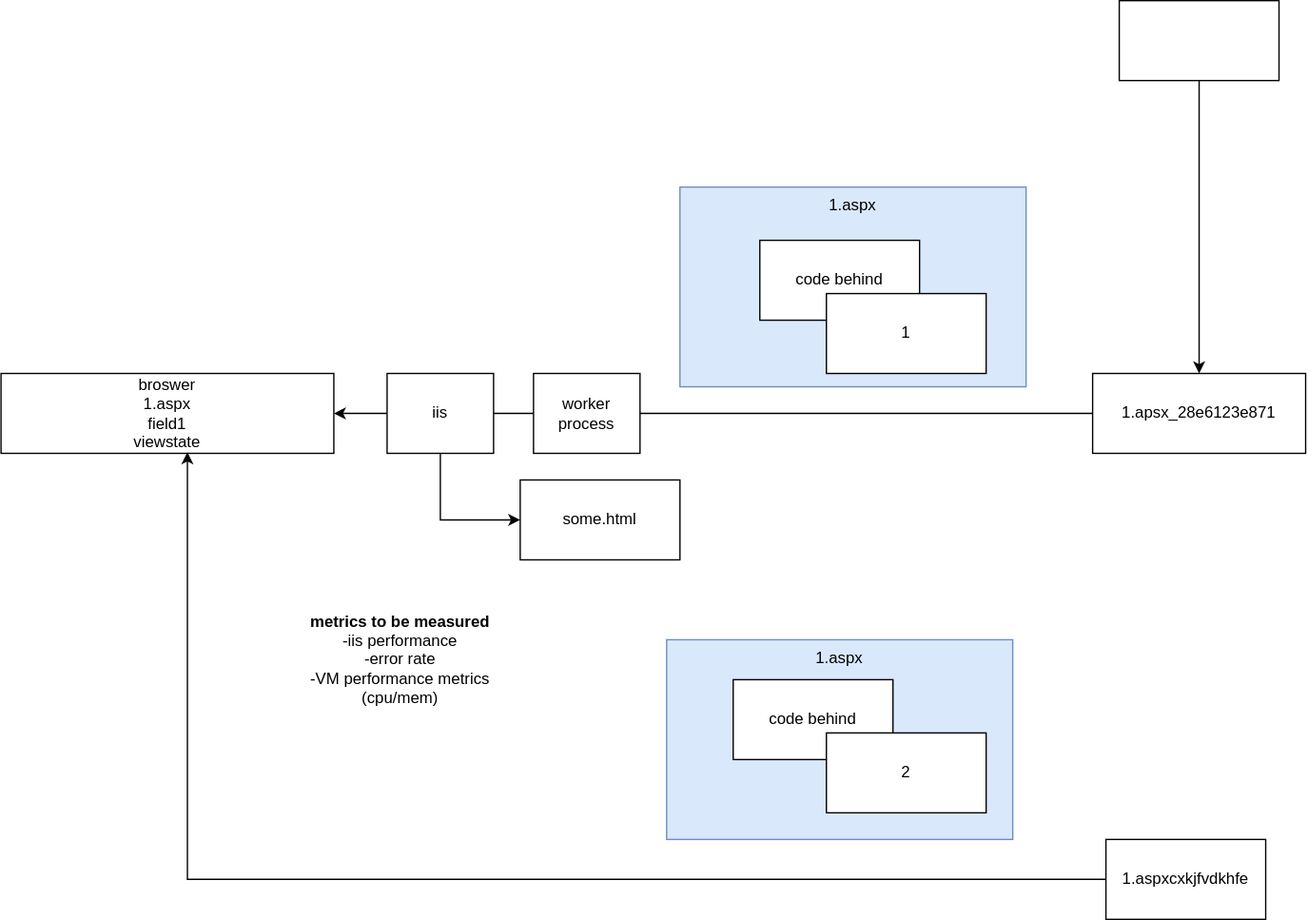
Earlier version of the draw.io export multithreadingredisissue.svg (vjavle/invoicecloud). Source tidied: cells renumbered, new cells last; positions are measured from the earlier drawing's top-left corner, leaving out a move shared by most shapes.
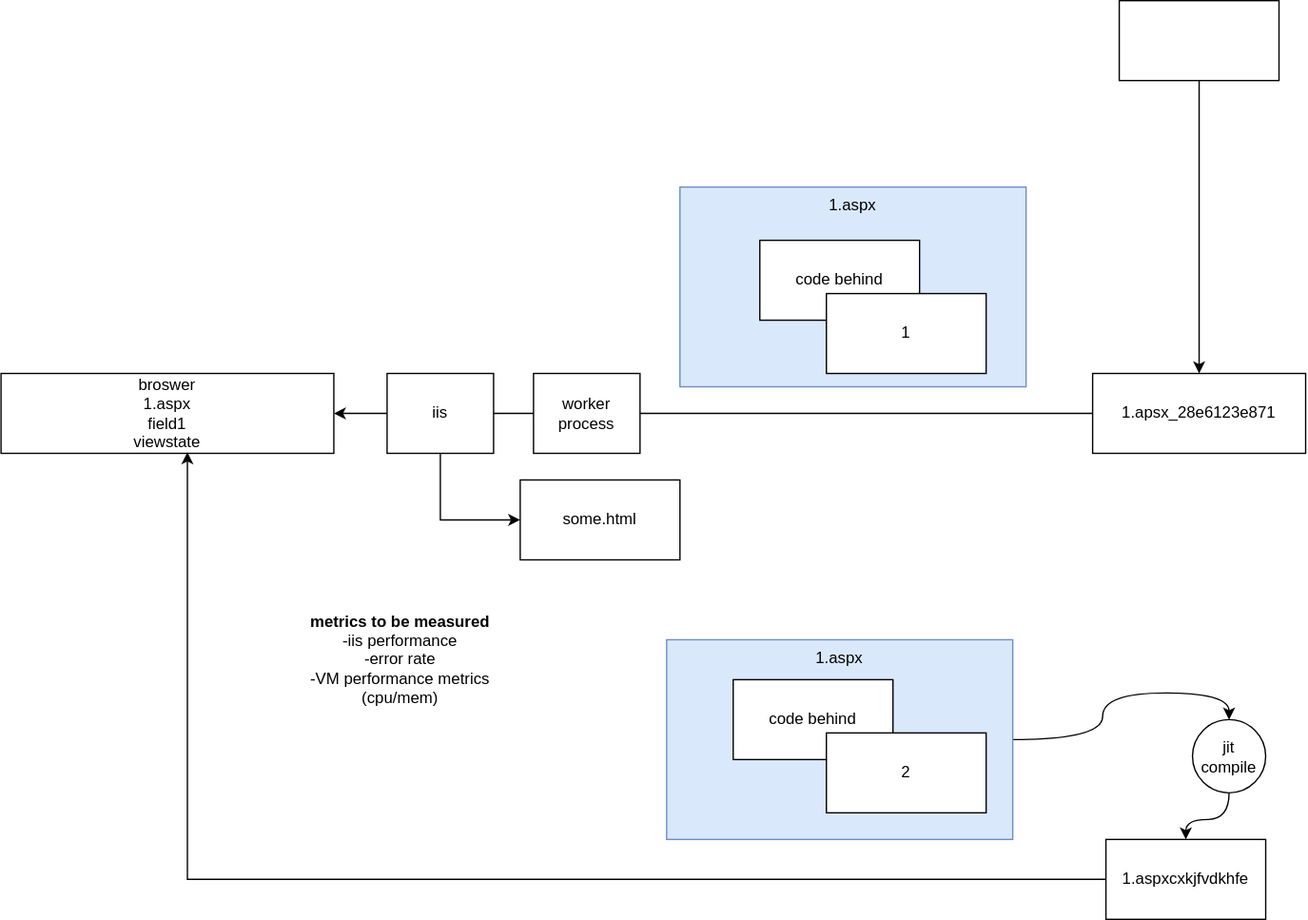
The same file after the commit.

Change to the diagram source:
```diff
@@ -19,6 +19,9 @@
     <mxCell id="6" value="broswer&lt;br&gt;1.aspx&lt;br&gt;field1&lt;br&gt;viewstate" style="rounded=0;whiteSpace=wrap;html=1;" parent="1" vertex="1">
       <mxGeometry y="280" width="250" height="60" as="geometry" />
     </mxCell>
+    <mxCell id="20" style="edgeStyle=orthogonalEdgeStyle;rounded=0;jettySize=auto;html=1;curved=1;entryX=0.5;entryY=0;entryDx=0;entryDy=0;" parent="1" edge="1" source="7" target="22">
+      <mxGeometry relative="1" as="geometry" />
+    </mxCell>
     <mxCell id="7" value="1.aspx" style="rounded=0;whiteSpace=wrap;html=1;fillColor=#dae8fc;strokeColor=#6c8ebf;verticalAlign=top;" parent="1" vertex="1">
       <mxGeometry x="500" y="480" width="260" height="150" as="geometry" />
     </mxCell>
@@ -62,5 +65,11 @@
     <mxCell id="19" value="&lt;b&gt;metrics to be measured&lt;/b&gt;&lt;br&gt;-iis performance&lt;br&gt;-error rate&lt;br&gt;-VM performance metrics (cpu/mem)" style="text;html=1;strokeColor=none;fillColor=none;align=center;verticalAlign=middle;whiteSpace=wrap;rounded=0;" parent="1" vertex="1">
       <mxGeometry x="220" y="460" width="160" height="70" as="geometry" />
     </mxCell>
+    <mxCell id="21" style="edgeStyle=orthogonalEdgeStyle;curved=1;rounded=0;jettySize=auto;html=1;" parent="1" edge="1" source="22" target="10">
+      <mxGeometry relative="1" as="geometry" />
+    </mxCell>
+    <mxCell id="22" value="jit compile" style="ellipse;whiteSpace=wrap;html=1;" parent="1" vertex="1">
+      <mxGeometry x="895" y="540" width="55" height="55" as="geometry" />
+    </mxCell>
   </root>
 </mxGraphModel>
```
